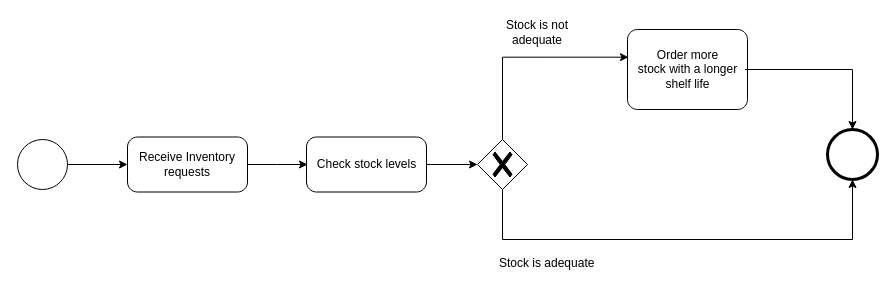
The draw.io diagram Inventory Control System.drawio in zft666zft/ESA-Assignment, before the edit. Source tidied: cells renumbered, new cells numbered last; positions are measured from the earlier drawing's top-left corner, leaving out a move shared by most shapes. Both pictures are drawn from the tidied source at 100%, with x=0, y=0 at pixel (17, 17).
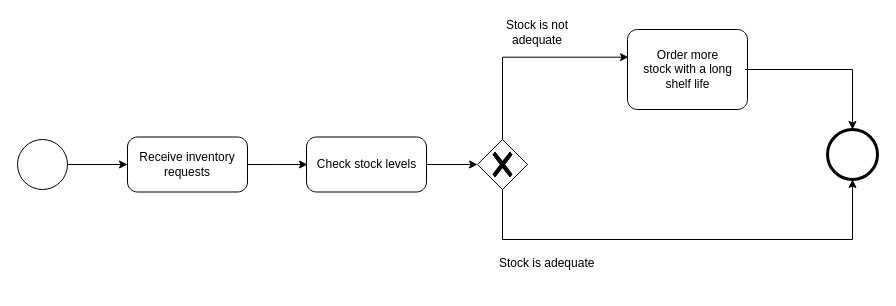
The same diagram, later.

The change refers to these unchanged cells:
```xml
<mxCell id="5" style="points=[[0.25,0,0],[0.5,0,0],[0.75,0,0],[1,0.25,0],[1,0.5,0],[1,0.75,0],[0.75,1,0],[0.5,1,0],[0.25,1,0],[0,0.75,0],[0,0.5,0],[0,0.25,0]];shape=mxgraph.bpmn.task;whiteSpace=wrap;rectStyle=rounded;size=10;html=1;taskMarker=abstract;" parent="1" vertex="1">
  <mxGeometry x="110" y="119.5" width="120" height="55" as="geometry" />
</mxCell>
<mxCell id="12" style="points=[[0.25,0,0],[0.5,0,0],[0.75,0,0],[1,0.25,0],[1,0.5,0],[1,0.75,0],[0.75,1,0],[0.5,1,0],[0.25,1,0],[0,0.75,0],[0,0.5,0],[0,0.25,0]];shape=mxgraph.bpmn.task;whiteSpace=wrap;rectStyle=rounded;size=10;html=1;taskMarker=abstract;" parent="1" vertex="1">
  <mxGeometry x="610" y="12" width="120" height="80" as="geometry" />
</mxCell>
```

Change to the diagram source:
```diff
@@
-    <mxCell id="6" value="Receive Inventory requests" style="text;html=1;align=center;verticalAlign=middle;whiteSpace=wrap;rounded=0;" parent="5" vertex="1">
+    <mxCell id="6" value="Receive inventory requests" style="text;html=1;align=center;verticalAlign=middle;whiteSpace=wrap;rounded=0;" parent="5" vertex="1">
       <mxGeometry x="10" y="12.5" width="100" height="30" as="geometry" />
     </mxCell>
@@
-    <mxCell id="13" value="Order more stock&amp;nbsp;with a longer shelf life" style="text;html=1;align=center;verticalAlign=middle;whiteSpace=wrap;rounded=0;" parent="12" vertex="1">
+    <mxCell id="13" value="Order more stock&amp;nbsp;with a long shelf life" style="text;html=1;align=center;verticalAlign=middle;whiteSpace=wrap;rounded=0;" parent="12" vertex="1">
       <mxGeometry x="2.5" y="18.2" width="115" height="43.6" as="geometry" />
     </mxCell>
```
